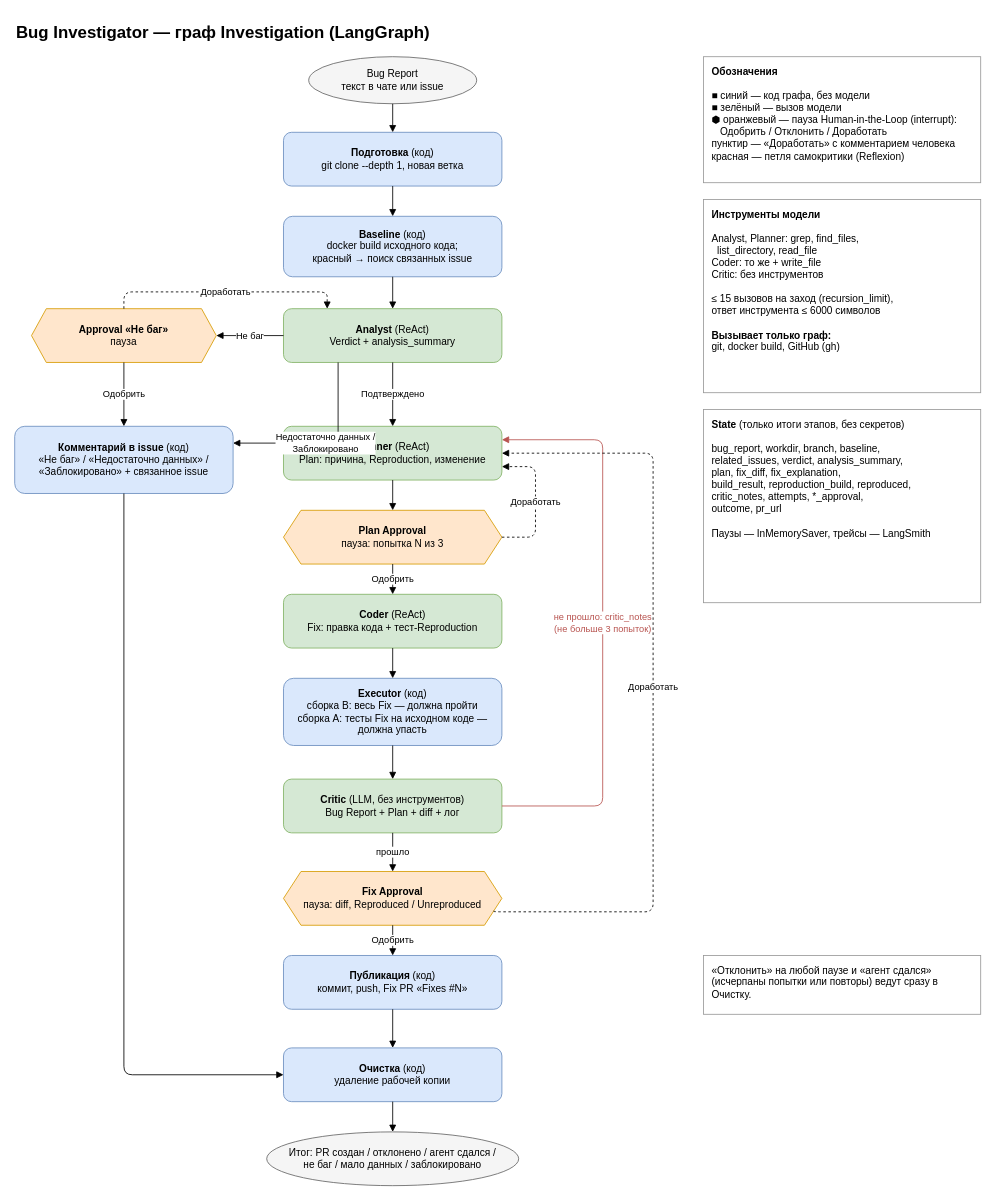
angryelizar/bug-investigator keeps this draw.io diagram as Bug Investigator.drawio.xml. Above is the earlier version. Source tidied: cells renumbered, new cells numbered last; positions are measured from the earlier drawing's top-left corner, leaving out a move shared by most shapes. Both pictures are drawn from the tidied source at 84%, with x=0, y=0 at pixel (14, 14).
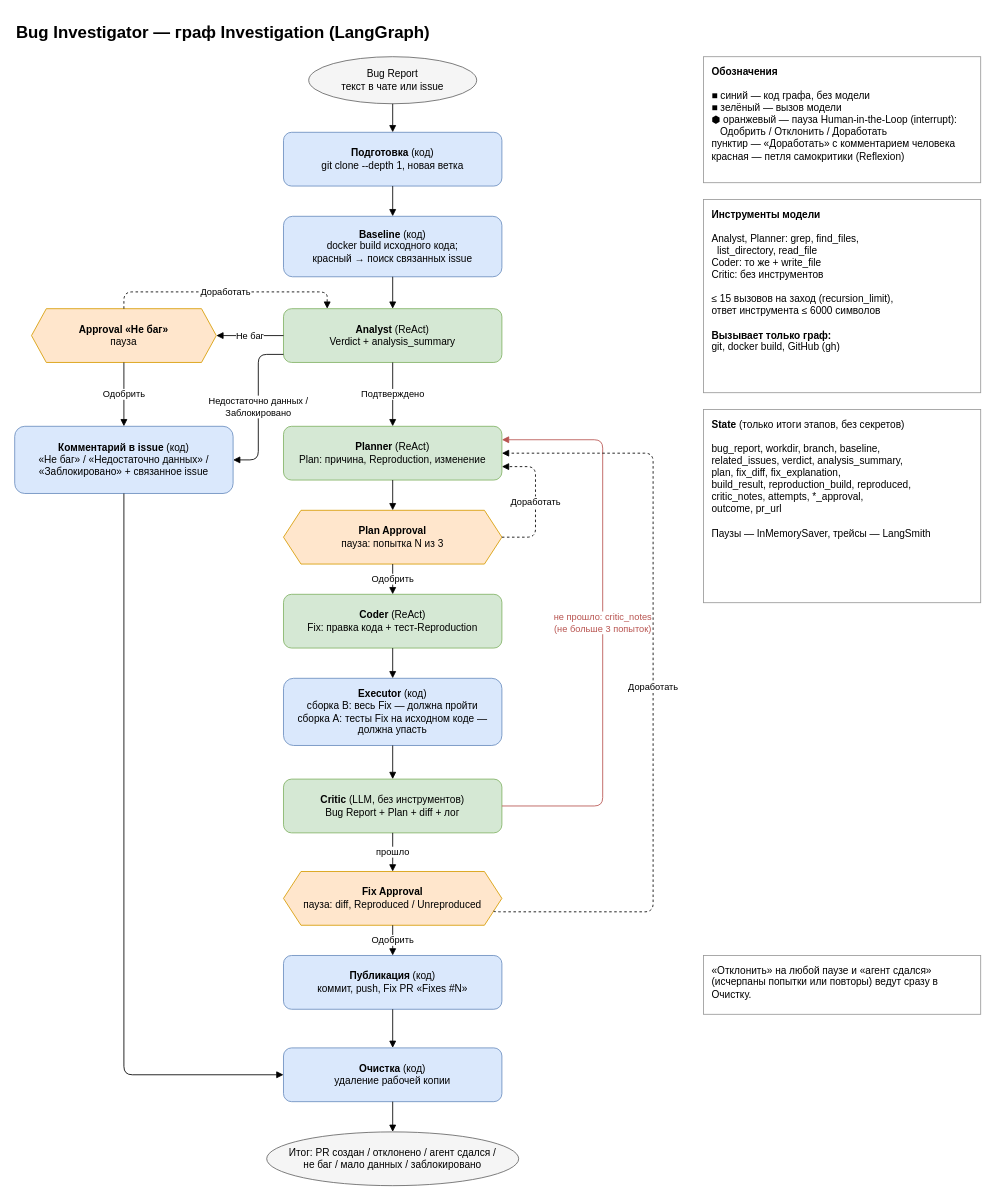
The same diagram, later.

The change refers to these unchanged cells:
```xml
<mxCell id="6" value="&lt;b&gt;Analyst&lt;/b&gt; (ReAct)&lt;br&gt;Verdict + analysis_summary" style="rounded=1;whiteSpace=wrap;html=1;fillColor=#d5e8d4;strokeColor=#82b366;" parent="1" vertex="1">
  <mxGeometry x="320" y="350" width="260" height="64" as="geometry" />
</mxCell>
<mxCell id="8" value="&lt;b&gt;Комментарий в issue&lt;/b&gt; (код)&lt;br&gt;«Не баг» / «Недостаточно данных» /&lt;br&gt;«Заблокировано» + связанное issue" style="rounded=1;whiteSpace=wrap;html=1;fillColor=#dae8fc;strokeColor=#6c8ebf;" parent="1" vertex="1">
  <mxGeometry y="490" width="260" height="80" as="geometry" />
</mxCell>
```

Diff of the diagram source:
```diff
@@
-    <mxCell id="23" value="Недостаточно данных /&lt;br&gt;Заблокировано" style="edgeStyle=orthogonalEdgeStyle;rounded=1;html=1;endArrow=block;endFill=1;fontSize=11;labelBackgroundColor=#ffffff;exitX=0.25;exitY=1;entryX=1;entryY=0.25;" parent="1" edge="1" source="6" target="8">
+    <mxCell id="23" value="Недостаточно данных /&lt;br&gt;Заблокировано" style="edgeStyle=orthogonalEdgeStyle;rounded=1;html=1;endArrow=block;endFill=1;fontSize=11;labelBackgroundColor=#ffffff;exitX=0;exitY=0.85;entryX=1;entryY=0.5;" parent="1" edge="1" source="6" target="8">
       <mxGeometry relative="1" as="geometry">
         <Array as="points">
-          <mxPoint x="385" y="510" />
+          <mxPoint x="290" y="404" />
+          <mxPoint x="290" y="530" />
         </Array>
       </mxGeometry>
     </mxCell>
```
